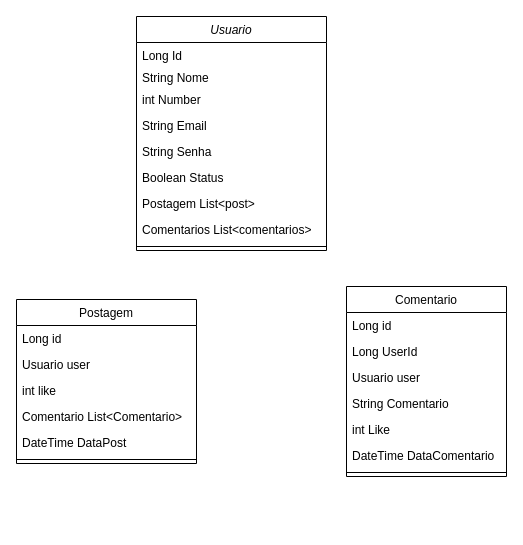
Earlier version of the draw.io diagram Diagrama sem nome.drawio (AlefGas/ChallengerDotNet). Source tidied: cells renumbered, new cells numbered last; positions are measured from the earlier drawing's top-left corner, leaving out a move shared by most shapes. Both pictures are drawn from the tidied source at 100%, with x=0, y=0 at pixel (16, 16).
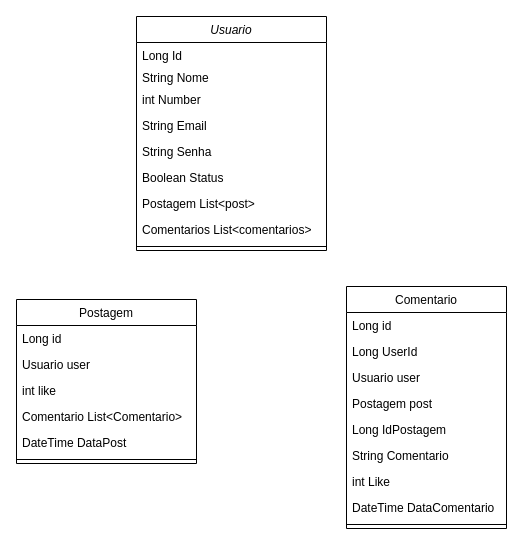
The same page after the edit.

What changed in the source:
```diff
@@
     <mxCell id="19" value="Comentario" style="swimlane;fontStyle=0;align=center;verticalAlign=top;horizontal=1;startSize=26;rounded=0;shadow=0;strokeWidth=1;" parent="1" vertex="1">
-      <mxGeometry x="330" y="270" width="160" height="190" as="geometry" />
+      <mxGeometry x="330" y="270" width="160" height="242" as="geometry" />
     </mxCell>
@@
+    <mxCell id="27" value="Postagem post" style="text;align=left;verticalAlign=top;spacingLeft=4;spacingRight=4;overflow=hidden;" parent="19" vertex="1">
+      <mxGeometry y="104" width="160" height="26" as="geometry" />
+    </mxCell>
+    <mxCell id="28" value="Long IdPostagem" style="text;align=left;verticalAlign=top;spacingLeft=4;spacingRight=4;overflow=hidden;" parent="19" vertex="1">
+      <mxGeometry y="130" width="160" height="26" as="geometry" />
+    </mxCell>
     <mxCell id="23" value="String Comentario" style="text;align=left;verticalAlign=top;spacingLeft=4;spacingRight=4;overflow=hidden;rounded=0;shadow=0;html=0;" parent="19" vertex="1">
-      <mxGeometry y="104" width="160" height="26" as="geometry" />
+      <mxGeometry y="156" width="160" height="26" as="geometry" />
     </mxCell>
     <mxCell id="24" value="int Like" style="text;align=left;verticalAlign=top;spacingLeft=4;spacingRight=4;overflow=hidden;rounded=0;shadow=0;html=0;" parent="19" vertex="1">
-      <mxGeometry y="130" width="160" height="26" as="geometry" />
+      <mxGeometry y="182" width="160" height="26" as="geometry" />
     </mxCell>
     <mxCell id="25" value="DateTime DataComentario" style="text;align=left;verticalAlign=top;spacingLeft=4;spacingRight=4;overflow=hidden;rounded=0;shadow=0;html=0;" parent="19" vertex="1">
-      <mxGeometry y="156" width="160" height="26" as="geometry" />
+      <mxGeometry y="208" width="160" height="26" as="geometry" />
     </mxCell>
     <mxCell id="26" style="line;html=1;strokeWidth=1;align=left;verticalAlign=middle;spacingTop=-1;spacingLeft=3;spacingRight=3;labelPosition=right;" parent="19" vertex="1">
-      <mxGeometry y="182" width="160" height="8" as="geometry" />
+      <mxGeometry y="234" width="160" height="8" as="geometry" />
     </mxCell>
```
